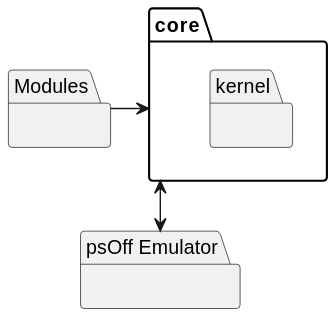
The PlantUML diagram out/docs/uml/modules/coreDeps/coreDeps.svg in SysRay/psOff_public, before a commit.
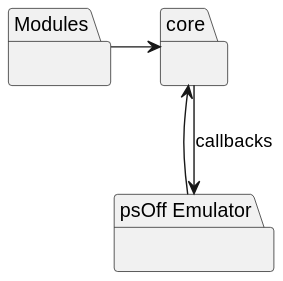
The same diagram one commit later.

Change to the diagram source:
```diff
@@ -4,7 +4,6 @@
 package Modules {}
 
 package core {
-  package kernel {}
 }
 
 package "psOff Emulator" {
@@ -13,5 +12,7 @@
 
 Modules -> core
 
-core <--> "psOff Emulator"
+core <-- "psOff Emulator"
+core --> "psOff Emulator" : callbacks
+
 @enduml
```
